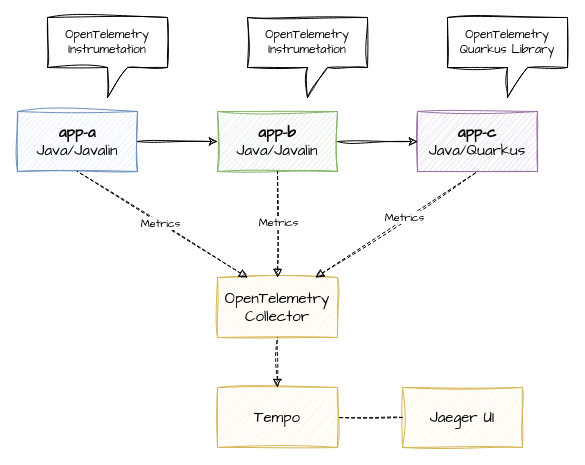
The draw.io diagram page "tempo-jaeger" (6 of 6) of presentation/draws.drawio in nikolaus-lemberski/distributed-tracing, before the edit. Source tidied: cells renumbered, new cells numbered last; positions are measured from the earlier drawing's top-left corner, leaving out a move shared by most shapes. Both pictures are drawn from the tidied source at 100%, with x=0, y=0 at pixel (17, 17).
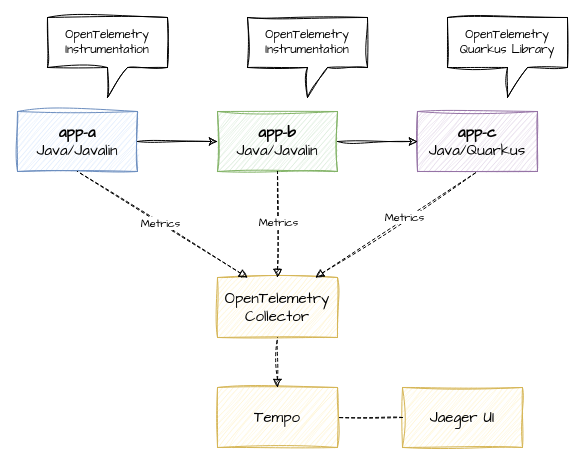
The same page after the edit.

Diff of the diagram source:
```diff
@@
-    <mxCell id="18" value="OpenTelemetry Instrumetation" style="shape=callout;whiteSpace=wrap;html=1;perimeter=calloutPerimeter;sketch=1;hachureGap=4;jiggle=2;curveFitting=1;fontFamily=Architects Daughter;" parent="1" vertex="1">
+    <mxCell id="18" value="OpenTelemetry Instrumentation" style="shape=callout;whiteSpace=wrap;html=1;perimeter=calloutPerimeter;sketch=1;hachureGap=4;jiggle=2;curveFitting=1;fontFamily=Architects Daughter;" parent="1" vertex="1">
       <mxGeometry x="30" width="120" height="80" as="geometry" />
     </mxCell>
-    <mxCell id="19" value="OpenTelemetry Instrumetation" style="shape=callout;whiteSpace=wrap;html=1;perimeter=calloutPerimeter;sketch=1;hachureGap=4;jiggle=2;curveFitting=1;fontFamily=Architects Daughter;" parent="1" vertex="1">
+    <mxCell id="19" value="OpenTelemetry Instrumentation" style="shape=callout;whiteSpace=wrap;html=1;perimeter=calloutPerimeter;sketch=1;hachureGap=4;jiggle=2;curveFitting=1;fontFamily=Architects Daughter;" parent="1" vertex="1">
       <mxGeometry x="230" width="120" height="80" as="geometry" />
     </mxCell>
```
